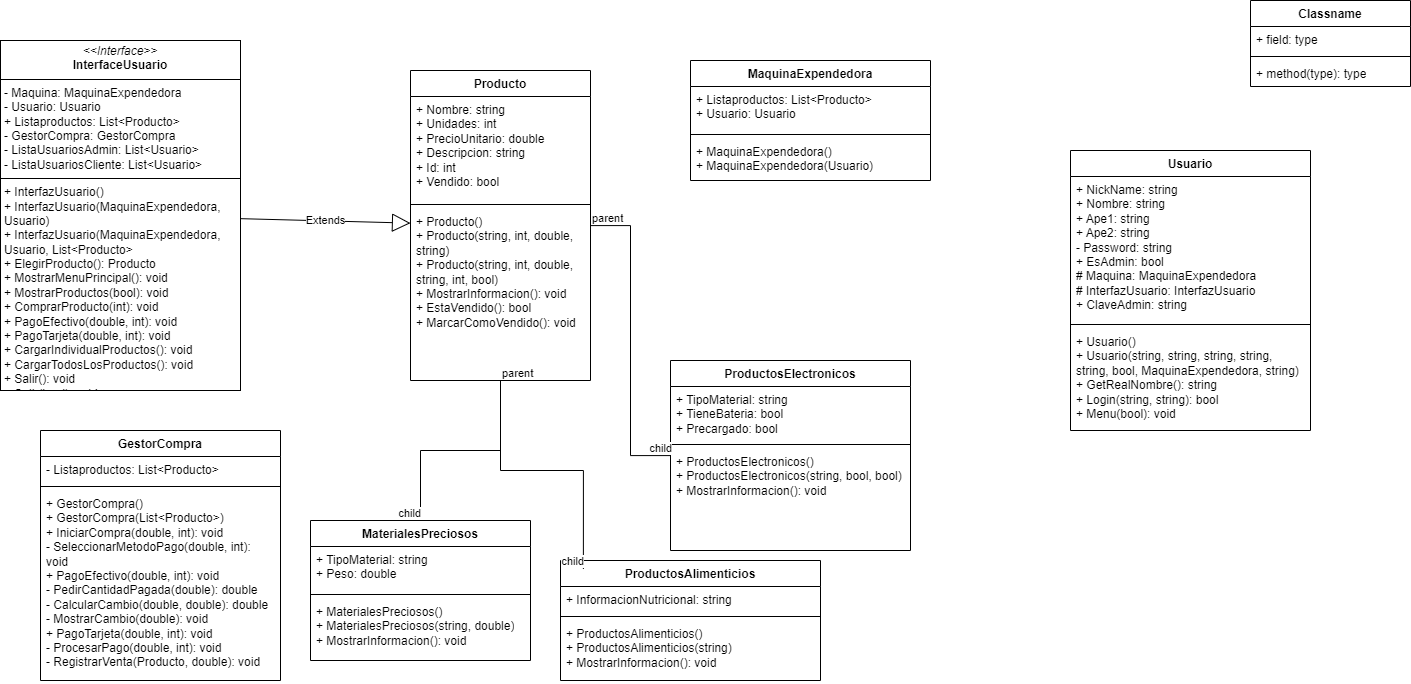
CarmenSanchezHDLFlor/MaquinaExpendedora---ProyectoFinal keeps this draw.io diagram as Diagrama MaquinaExpendedora.drawio.png. Above is the earlier version. Source tidied: cells renumbered, new cells last; positions are measured from the earlier drawing's top-left corner, leaving out a move shared by most shapes. The source it was exported from:
```xml
<mxGraphModel>
  <root>
    <mxCell id="0" />
    <mxCell id="1" parent="0" />
    <mxCell id="2" value="ProductosAlimenticios" style="swimlane;fontStyle=1;align=center;verticalAlign=top;horizontal=1;startSize=26;whiteSpace=wrap;html=1;" parent="1" vertex="1">
      <mxGeometry x="560" y="560" width="260" height="120" as="geometry" />
    </mxCell>
    <mxCell id="3" value="+ InformacionNutricional: string" style="text;strokeColor=none;fillColor=none;align=left;verticalAlign=top;spacingLeft=4;spacingRight=4;overflow=hidden;whiteSpace=wrap;html=1;" parent="2" vertex="1">
      <mxGeometry y="26" width="260" height="26" as="geometry" />
    </mxCell>
    <mxCell id="4" style="line;strokeWidth=1;fillColor=none;align=left;verticalAlign=middle;spacingTop=-1;spacingLeft=3;spacingRight=3;labelPosition=right;strokeColor=inherit;" parent="2" vertex="1">
      <mxGeometry y="52" width="260" height="8" as="geometry" />
    </mxCell>
    <mxCell id="5" value="+ ProductosAlimenticios()&lt;div&gt;+ ProductosAlimenticios(string)&lt;/div&gt;&lt;div&gt;+ MostrarInformacion(): void&lt;/div&gt;" style="text;strokeColor=none;fillColor=none;align=left;verticalAlign=top;spacingLeft=4;spacingRight=4;overflow=hidden;whiteSpace=wrap;html=1;" parent="2" vertex="1">
      <mxGeometry y="60" width="260" height="60" as="geometry" />
    </mxCell>
    <mxCell id="6" value="Usuario" style="swimlane;fontStyle=1;align=center;verticalAlign=top;horizontal=1;startSize=26;whiteSpace=wrap;html=1;" parent="1" vertex="1">
      <mxGeometry x="1070" y="150" width="240" height="280" as="geometry" />
    </mxCell>
    <mxCell id="7" value="+ NickName: string&amp;nbsp;&lt;div&gt;+ Nombre: string&lt;/div&gt;&lt;div&gt;+ Ape1: string&lt;/div&gt;&lt;div&gt;+ Ape2: string&amp;nbsp;&lt;/div&gt;&lt;div&gt;- Password: string&lt;/div&gt;&lt;div&gt;+ EsAdmin: bool&amp;nbsp;&lt;/div&gt;&lt;div&gt;# Maquina: MaquinaExpendedora&lt;/div&gt;&lt;div&gt;# InterfazUsuario: InterfazUsuario&lt;/div&gt;&lt;div&gt;+ ClaveAdmin: string&lt;/div&gt;" style="text;strokeColor=none;fillColor=none;align=left;verticalAlign=top;spacingLeft=4;spacingRight=4;overflow=hidden;points=[[0,0.5],[1,0.5]];portConstraint=eastwest;whiteSpace=wrap;html=1;" parent="6" vertex="1">
      <mxGeometry y="26" width="240" height="144" as="geometry" />
    </mxCell>
    <mxCell id="8" style="line;strokeWidth=1;fillColor=none;align=left;verticalAlign=middle;spacingTop=-1;spacingLeft=3;spacingRight=3;labelPosition=right;strokeColor=inherit;" parent="6" vertex="1">
      <mxGeometry y="170" width="240" height="8" as="geometry" />
    </mxCell>
    <mxCell id="9" value="+ Usuario()&lt;div&gt;+ Usuario(string, string, string, string, string, bool, MaquinaExpendedora, string)&lt;/div&gt;&lt;div&gt;+ GetRealNombre(): string&amp;nbsp;&lt;/div&gt;&lt;div&gt;+ Login(string, string): bool&lt;/div&gt;&lt;div&gt;+ Menu(bool): void&lt;/div&gt;&lt;div&gt;&lt;br&gt;&lt;/div&gt;" style="text;strokeColor=none;fillColor=none;align=left;verticalAlign=top;spacingLeft=4;spacingRight=4;overflow=hidden;whiteSpace=wrap;html=1;" parent="6" vertex="1">
      <mxGeometry y="178" width="240" height="102" as="geometry" />
    </mxCell>
    <mxCell id="10" value="ProductosElectronicos" style="swimlane;fontStyle=1;align=center;verticalAlign=top;horizontal=1;startSize=26;whiteSpace=wrap;html=1;" parent="1" vertex="1">
      <mxGeometry x="670" y="360" width="240" height="190" as="geometry" />
    </mxCell>
    <mxCell id="11" value="+ TipoMaterial: string&lt;div&gt;+ TieneBateria: bool&amp;nbsp;&lt;/div&gt;&lt;div&gt;+ Precargado: bool&amp;nbsp;&lt;/div&gt;" style="text;strokeColor=none;fillColor=none;align=left;verticalAlign=top;spacingLeft=4;spacingRight=4;overflow=hidden;whiteSpace=wrap;html=1;" parent="10" vertex="1">
      <mxGeometry y="26" width="240" height="54" as="geometry" />
    </mxCell>
    <mxCell id="12" style="line;strokeWidth=1;fillColor=none;align=left;verticalAlign=middle;spacingTop=-1;spacingLeft=3;spacingRight=3;labelPosition=right;strokeColor=inherit;" parent="10" vertex="1">
      <mxGeometry y="80" width="240" height="8" as="geometry" />
    </mxCell>
    <mxCell id="13" value="+ ProductosElectronicos()&lt;div&gt;+ ProductosElectronicos(string, bool, bool)&lt;/div&gt;&lt;div&gt;+ MostrarInformacion(): void&lt;/div&gt;" style="text;strokeColor=none;fillColor=none;align=left;verticalAlign=top;spacingLeft=4;spacingRight=4;overflow=hidden;whiteSpace=wrap;html=1;" parent="10" vertex="1">
      <mxGeometry y="88" width="240" height="102" as="geometry" />
    </mxCell>
    <mxCell id="14" value="MaquinaExpendedora" style="swimlane;fontStyle=1;align=center;verticalAlign=top;horizontal=1;startSize=26;whiteSpace=wrap;html=1;" parent="1" vertex="1">
      <mxGeometry x="690" y="60" width="240" height="120" as="geometry" />
    </mxCell>
    <mxCell id="15" value="+ Listaproductos: List&amp;lt;Producto&amp;gt;&lt;div&gt;+ Usuario: Usuario&lt;/div&gt;" style="text;strokeColor=none;fillColor=none;align=left;verticalAlign=top;spacingLeft=4;spacingRight=4;overflow=hidden;whiteSpace=wrap;html=1;" parent="14" vertex="1">
      <mxGeometry y="26" width="240" height="44" as="geometry" />
    </mxCell>
    <mxCell id="16" style="line;strokeWidth=1;fillColor=none;align=left;verticalAlign=middle;spacingTop=-1;spacingLeft=3;spacingRight=3;labelPosition=right;strokeColor=inherit;" parent="14" vertex="1">
      <mxGeometry y="70" width="240" height="8" as="geometry" />
    </mxCell>
    <mxCell id="17" value="+ MaquinaExpendedora()&lt;div&gt;+ MaquinaExpendedora(Usuario)&lt;/div&gt;" style="text;strokeColor=none;fillColor=none;align=left;verticalAlign=top;spacingLeft=4;spacingRight=4;overflow=hidden;whiteSpace=wrap;html=1;" parent="14" vertex="1">
      <mxGeometry y="78" width="240" height="42" as="geometry" />
    </mxCell>
    <mxCell id="18" value="Classname" style="swimlane;fontStyle=1;align=center;verticalAlign=top;horizontal=1;startSize=26;whiteSpace=wrap;html=1;" parent="1" vertex="1">
      <mxGeometry x="1250" width="160" height="86" as="geometry" />
    </mxCell>
    <mxCell id="19" value="+ field: type" style="text;strokeColor=none;fillColor=none;align=left;verticalAlign=top;spacingLeft=4;spacingRight=4;overflow=hidden;whiteSpace=wrap;html=1;" parent="18" vertex="1">
      <mxGeometry y="26" width="160" height="26" as="geometry" />
    </mxCell>
    <mxCell id="20" style="line;strokeWidth=1;fillColor=none;align=left;verticalAlign=middle;spacingTop=-1;spacingLeft=3;spacingRight=3;labelPosition=right;strokeColor=inherit;" parent="18" vertex="1">
      <mxGeometry y="52" width="160" height="8" as="geometry" />
    </mxCell>
    <mxCell id="21" value="+ method(type): type" style="text;strokeColor=none;fillColor=none;align=left;verticalAlign=top;spacingLeft=4;spacingRight=4;overflow=hidden;whiteSpace=wrap;html=1;" parent="18" vertex="1">
      <mxGeometry y="60" width="160" height="26" as="geometry" />
    </mxCell>
    <mxCell id="22" value="MaterialesPreciosos" style="swimlane;fontStyle=1;align=center;verticalAlign=top;horizontal=1;startSize=26;whiteSpace=wrap;html=1;" parent="1" vertex="1">
      <mxGeometry x="310" y="520" width="220" height="140" as="geometry" />
    </mxCell>
    <mxCell id="23" value="+ TipoMaterial: string&amp;nbsp;&lt;div&gt;+ Peso: double&amp;nbsp;&lt;/div&gt;" style="text;strokeColor=none;fillColor=none;align=left;verticalAlign=top;spacingLeft=4;spacingRight=4;overflow=hidden;whiteSpace=wrap;html=1;" parent="22" vertex="1">
      <mxGeometry y="26" width="220" height="44" as="geometry" />
    </mxCell>
    <mxCell id="24" style="line;strokeWidth=1;fillColor=none;align=left;verticalAlign=middle;spacingTop=-1;spacingLeft=3;spacingRight=3;labelPosition=right;strokeColor=inherit;" parent="22" vertex="1">
      <mxGeometry y="70" width="220" height="8" as="geometry" />
    </mxCell>
    <mxCell id="25" value="+ MaterialesPreciosos()&lt;div&gt;+ MaterialesPreciosos(string, double)&lt;/div&gt;&lt;div&gt;+ MostrarInformacion(): void&lt;/div&gt;" style="text;strokeColor=none;fillColor=none;align=left;verticalAlign=top;spacingLeft=4;spacingRight=4;overflow=hidden;whiteSpace=wrap;html=1;" parent="22" vertex="1">
      <mxGeometry y="78" width="220" height="62" as="geometry" />
    </mxCell>
    <mxCell id="26" value="Producto" style="swimlane;fontStyle=1;align=center;verticalAlign=top;horizontal=1;startSize=26;whiteSpace=wrap;html=1;" parent="1" vertex="1">
      <mxGeometry x="410" y="70" width="180" height="310" as="geometry" />
    </mxCell>
    <mxCell id="27" value="+ Nombre: string&amp;nbsp;&lt;div&gt;+ Unidades: int&lt;/div&gt;&lt;div&gt;+ PrecioUnitario: double&amp;nbsp;&lt;/div&gt;&lt;div&gt;+ Descripcion: string&amp;nbsp;&lt;/div&gt;&lt;div&gt;+ Id: int&lt;/div&gt;&lt;div&gt;+ Vendido: bool&lt;/div&gt;" style="text;strokeColor=none;fillColor=none;align=left;verticalAlign=top;spacingLeft=4;spacingRight=4;overflow=hidden;whiteSpace=wrap;html=1;" parent="26" vertex="1">
      <mxGeometry y="26" width="180" height="104" as="geometry" />
    </mxCell>
    <mxCell id="28" style="line;strokeWidth=1;fillColor=none;align=left;verticalAlign=middle;spacingTop=-1;spacingLeft=3;spacingRight=3;labelPosition=right;strokeColor=inherit;" parent="26" vertex="1">
      <mxGeometry y="130" width="180" height="8" as="geometry" />
    </mxCell>
    <mxCell id="29" value="+ Producto()&lt;div&gt;+ Producto(string, int, double, string)&lt;/div&gt;&lt;div&gt;+ Producto(string, int, double, string, int, bool)&lt;/div&gt;&lt;div&gt;+ MostrarInformacion(): void&lt;/div&gt;&lt;div&gt;+ EstaVendido(): bool&amp;nbsp;&lt;/div&gt;&lt;div&gt;+ MarcarComoVendido(): void&lt;/div&gt;" style="text;strokeColor=none;fillColor=none;align=left;verticalAlign=top;spacingLeft=4;spacingRight=4;overflow=hidden;whiteSpace=wrap;html=1;" parent="26" vertex="1">
      <mxGeometry y="138" width="180" height="172" as="geometry" />
    </mxCell>
    <mxCell id="30" value="GestorCompra" style="swimlane;fontStyle=1;align=center;verticalAlign=top;horizontal=1;startSize=26;whiteSpace=wrap;html=1;" parent="1" vertex="1">
      <mxGeometry x="40" y="430" width="240" height="250" as="geometry" />
    </mxCell>
    <mxCell id="31" value="- Listaproductos: List&amp;lt;Producto&amp;gt;&lt;div&gt;&lt;br&gt;&lt;/div&gt;" style="text;strokeColor=none;fillColor=none;align=left;verticalAlign=top;spacingLeft=4;spacingRight=4;overflow=hidden;whiteSpace=wrap;html=1;" parent="30" vertex="1">
      <mxGeometry y="26" width="240" height="26" as="geometry" />
    </mxCell>
    <mxCell id="32" style="line;strokeWidth=1;fillColor=none;align=left;verticalAlign=middle;spacingTop=-1;spacingLeft=3;spacingRight=3;labelPosition=right;strokeColor=inherit;" parent="30" vertex="1">
      <mxGeometry y="52" width="240" height="8" as="geometry" />
    </mxCell>
    <mxCell id="33" value="+ GestorCompra()&lt;div&gt;+ GestorCompra(List&amp;lt;Producto&amp;gt;)&lt;/div&gt;&lt;div&gt;+ IniciarCompra(double, int): void&lt;/div&gt;&lt;div&gt;- SeleccionarMetodoPago(double, int): void&lt;/div&gt;&lt;div&gt;+ PagoEfectivo(double, int): void&lt;/div&gt;&lt;div&gt;- PedirCantidadPagada(double): double&amp;nbsp;&lt;/div&gt;&lt;div&gt;- CalcularCambio(double, double): double&amp;nbsp;&lt;/div&gt;&lt;div&gt;- MostrarCambio(double): void&lt;/div&gt;&lt;div&gt;+ PagoTarjeta(double, int): void&lt;/div&gt;&lt;div&gt;- ProcesarPago(double, int): void&lt;/div&gt;&lt;div&gt;- RegistrarVenta(Producto, double): void&lt;/div&gt;" style="text;strokeColor=none;fillColor=none;align=left;verticalAlign=top;spacingLeft=4;spacingRight=4;overflow=hidden;whiteSpace=wrap;html=1;" parent="30" vertex="1">
      <mxGeometry y="60" width="240" height="190" as="geometry" />
    </mxCell>
    <mxCell id="34" value="&lt;p style=&quot;margin:0px;margin-top:4px;text-align:center;&quot;&gt;&lt;i&gt;&amp;lt;&amp;lt;Interface&amp;gt;&amp;gt;&lt;/i&gt;&lt;br&gt;&lt;b&gt;InterfaceUsuario&lt;/b&gt;&lt;/p&gt;&lt;hr size=&quot;1&quot; style=&quot;border-style:solid;&quot;&gt;&lt;p style=&quot;margin:0px;margin-left:4px;&quot;&gt;- Maquina: MaquinaExpendedora&lt;br&gt;- Usuario: Usuario&lt;/p&gt;&lt;p style=&quot;margin:0px;margin-left:4px;&quot;&gt;+ Listaproductos: List&amp;lt;Producto&amp;gt;&lt;/p&gt;&lt;p style=&quot;margin:0px;margin-left:4px;&quot;&gt;- GestorCompra: GestorCompra&lt;/p&gt;&lt;p style=&quot;margin:0px;margin-left:4px;&quot;&gt;- ListaUsuariosAdmin: List&amp;lt;Usuario&amp;gt;&lt;/p&gt;&lt;p style=&quot;margin:0px;margin-left:4px;&quot;&gt;- ListaUsuariosCliente: List&amp;lt;Usuario&amp;gt;&amp;nbsp;&lt;/p&gt;&lt;hr size=&quot;1&quot; style=&quot;border-style:solid;&quot;&gt;&lt;p style=&quot;margin:0px;margin-left:4px;&quot;&gt;+ InterfazUsuario()&lt;br&gt;+ InterfazUsuario(MaquinaExpendedora, Usuario)&lt;/p&gt;&lt;p style=&quot;margin:0px;margin-left:4px;&quot;&gt;+ InterfazUsuario(MaquinaExpendedora, Usuario, List&amp;lt;Producto&amp;gt;&lt;/p&gt;&lt;p style=&quot;margin:0px;margin-left:4px;&quot;&gt;+ ElegirProducto(): Producto&lt;/p&gt;&lt;p style=&quot;margin:0px;margin-left:4px;&quot;&gt;+ MostrarMenuPrincipal(): void&lt;/p&gt;&lt;p style=&quot;margin:0px;margin-left:4px;&quot;&gt;+ MostrarProductos(bool): void&lt;/p&gt;&lt;p style=&quot;margin:0px;margin-left:4px;&quot;&gt;+ ComprarProducto(int): void&lt;/p&gt;&lt;p style=&quot;margin:0px;margin-left:4px;&quot;&gt;+ PagoEfectivo(double, int): void&lt;/p&gt;&lt;p style=&quot;margin:0px;margin-left:4px;&quot;&gt;+ PagoTarjeta(double, int): void&amp;nbsp;&lt;/p&gt;&lt;p style=&quot;margin:0px;margin-left:4px;&quot;&gt;+ CargarIndividualProductos(): void&lt;/p&gt;&lt;p style=&quot;margin:0px;margin-left:4px;&quot;&gt;+ CargarTodosLosProductos(): void&lt;/p&gt;&lt;p style=&quot;margin:0px;margin-left:4px;&quot;&gt;+ Salir(): void&lt;/p&gt;&lt;p style=&quot;margin:0px;margin-left:4px;&quot;&gt;+ Salir(bool): void&amp;nbsp;&lt;/p&gt;" style="verticalAlign=top;align=left;overflow=fill;html=1;whiteSpace=wrap;" parent="1" vertex="1">
      <mxGeometry y="40" width="240" height="350" as="geometry" />
    </mxCell>
    <mxCell id="35" value="Extends" style="endArrow=block;endSize=16;endFill=0;html=1;rounded=0;" parent="1" edge="1" source="34" target="26">
      <mxGeometry relative="1" as="geometry" />
    </mxCell>
    <mxCell id="36" style="endArrow=none;html=1;edgeStyle=orthogonalEdgeStyle;rounded=0;" parent="1" edge="1" source="26" target="22">
      <mxGeometry relative="1" as="geometry" />
    </mxCell>
    <mxCell id="37" value="parent" style="edgeLabel;html=1;align=left;verticalAlign=bottom;" parent="36" vertex="1">
      <mxGeometry x="-1" relative="1" as="geometry" />
    </mxCell>
    <mxCell id="38" value="child" style="edgeLabel;html=1;align=right;verticalAlign=bottom;" parent="36" vertex="1">
      <mxGeometry x="1" relative="1" as="geometry" />
    </mxCell>
    <mxCell id="39" style="endArrow=none;html=1;edgeStyle=orthogonalEdgeStyle;rounded=0;entryX=0.088;entryY=0.07;entryDx=0;entryDy=0;entryPerimeter=0;" parent="1" edge="1" source="26" target="2">
      <mxGeometry relative="1" as="geometry" />
    </mxCell>
    <mxCell id="40" value="parent" style="edgeLabel;html=1;align=left;verticalAlign=bottom;" parent="39" vertex="1">
      <mxGeometry x="-1" relative="1" as="geometry" />
    </mxCell>
    <mxCell id="41" value="child" style="edgeLabel;html=1;align=right;verticalAlign=bottom;" parent="39" vertex="1">
      <mxGeometry x="1" relative="1" as="geometry" />
    </mxCell>
    <mxCell id="42" style="endArrow=none;html=1;edgeStyle=orthogonalEdgeStyle;rounded=0;" parent="1" edge="1" source="26" target="10">
      <mxGeometry relative="1" as="geometry" />
    </mxCell>
    <mxCell id="43" value="parent" style="edgeLabel;html=1;align=left;verticalAlign=bottom;" parent="42" vertex="1">
      <mxGeometry x="-1" relative="1" as="geometry" />
    </mxCell>
    <mxCell id="44" value="child" style="edgeLabel;html=1;align=right;verticalAlign=bottom;" parent="42" vertex="1">
      <mxGeometry x="1" relative="1" as="geometry" />
    </mxCell>
  </root>
</mxGraphModel>
```
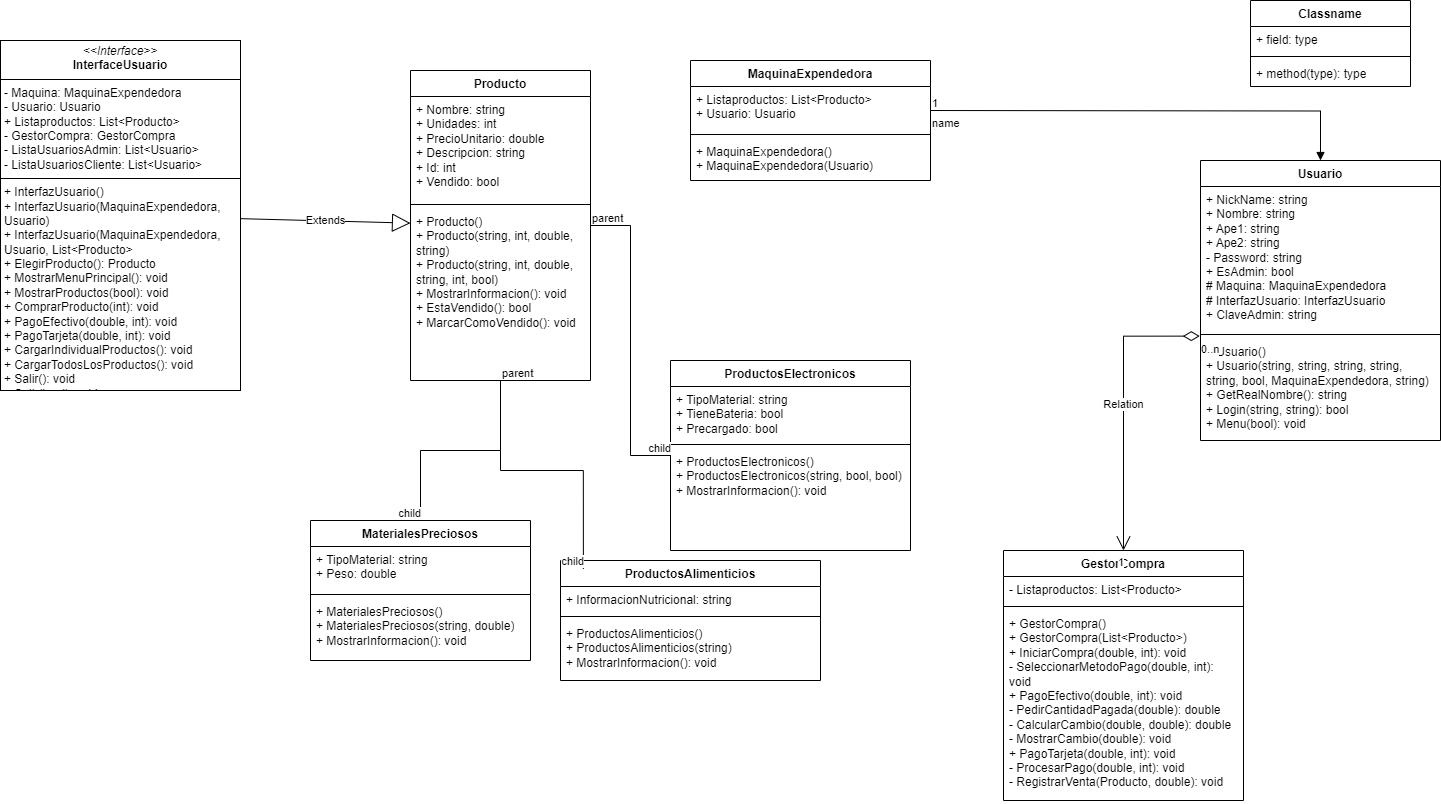
Above is the later version.

Change to the diagram source:
```diff
@@ -15,7 +15,7 @@
       <mxGeometry y="60" width="260" height="60" as="geometry" />
     </mxCell>
     <mxCell id="6" value="Usuario" style="swimlane;fontStyle=1;align=center;verticalAlign=top;horizontal=1;startSize=26;whiteSpace=wrap;html=1;" parent="1" vertex="1">
-      <mxGeometry x="1070" y="150" width="240" height="280" as="geometry" />
+      <mxGeometry x="1200" y="160" width="240" height="280" as="geometry" />
     </mxCell>
     <mxCell id="7" value="+ NickName: string&amp;nbsp;&lt;div&gt;+ Nombre: string&lt;/div&gt;&lt;div&gt;+ Ape1: string&lt;/div&gt;&lt;div&gt;+ Ape2: string&amp;nbsp;&lt;/div&gt;&lt;div&gt;- Password: string&lt;/div&gt;&lt;div&gt;+ EsAdmin: bool&amp;nbsp;&lt;/div&gt;&lt;div&gt;# Maquina: MaquinaExpendedora&lt;/div&gt;&lt;div&gt;# InterfazUsuario: InterfazUsuario&lt;/div&gt;&lt;div&gt;+ ClaveAdmin: string&lt;/div&gt;" style="text;strokeColor=none;fillColor=none;align=left;verticalAlign=top;spacingLeft=4;spacingRight=4;overflow=hidden;points=[[0,0.5],[1,0.5]];portConstraint=eastwest;whiteSpace=wrap;html=1;" parent="6" vertex="1">
       <mxGeometry y="26" width="240" height="144" as="geometry" />
@@ -87,7 +87,7 @@
       <mxGeometry y="138" width="180" height="172" as="geometry" />
     </mxCell>
     <mxCell id="30" value="GestorCompra" style="swimlane;fontStyle=1;align=center;verticalAlign=top;horizontal=1;startSize=26;whiteSpace=wrap;html=1;" parent="1" vertex="1">
-      <mxGeometry x="40" y="430" width="240" height="250" as="geometry" />
+      <mxGeometry x="1003" y="550" width="240" height="250" as="geometry" />
     </mxCell>
     <mxCell id="31" value="- Listaproductos: List&amp;lt;Producto&amp;gt;&lt;div&gt;&lt;br&gt;&lt;/div&gt;" style="text;strokeColor=none;fillColor=none;align=left;verticalAlign=top;spacingLeft=4;spacingRight=4;overflow=hidden;whiteSpace=wrap;html=1;" parent="30" vertex="1">
       <mxGeometry y="26" width="240" height="26" as="geometry" />
@@ -131,5 +131,22 @@
     <mxCell id="44" value="child" style="edgeLabel;html=1;align=right;verticalAlign=bottom;" parent="42" vertex="1">
       <mxGeometry x="1" relative="1" as="geometry" />
     </mxCell>
+    <mxCell id="45" value="name" style="endArrow=block;endFill=1;html=1;edgeStyle=orthogonalEdgeStyle;align=left;verticalAlign=top;rounded=0;" parent="1" edge="1" target="6">
+      <mxGeometry x="-1" relative="1" as="geometry">
+        <mxPoint x="930" y="110" as="sourcePoint" />
+      </mxGeometry>
+    </mxCell>
+    <mxCell id="46" value="1" style="edgeLabel;html=1;align=left;verticalAlign=bottom;" parent="45" vertex="1">
+      <mxGeometry x="-1" relative="1" as="geometry" />
+    </mxCell>
+    <mxCell id="47" value="Relation" style="endArrow=open;html=1;endSize=12;startArrow=diamondThin;startSize=14;startFill=0;edgeStyle=orthogonalEdgeStyle;rounded=0;entryX=0.5;entryY=0;entryDx=0;entryDy=0;exitX=-0.003;exitY=1.039;exitDx=0;exitDy=0;exitPerimeter=0;" parent="1" edge="1" source="7" target="30">
+      <mxGeometry relative="1" as="geometry" />
+    </mxCell>
+    <mxCell id="48" value="0..n" style="edgeLabel;html=1;align=left;verticalAlign=top;" parent="47" vertex="1">
+      <mxGeometry x="-1" relative="1" as="geometry" />
+    </mxCell>
+    <mxCell id="49" value="1" style="edgeLabel;html=1;align=right;verticalAlign=top;" parent="47" vertex="1">
+      <mxGeometry x="1" relative="1" as="geometry" />
+    </mxCell>
   </root>
 </mxGraphModel>
```
